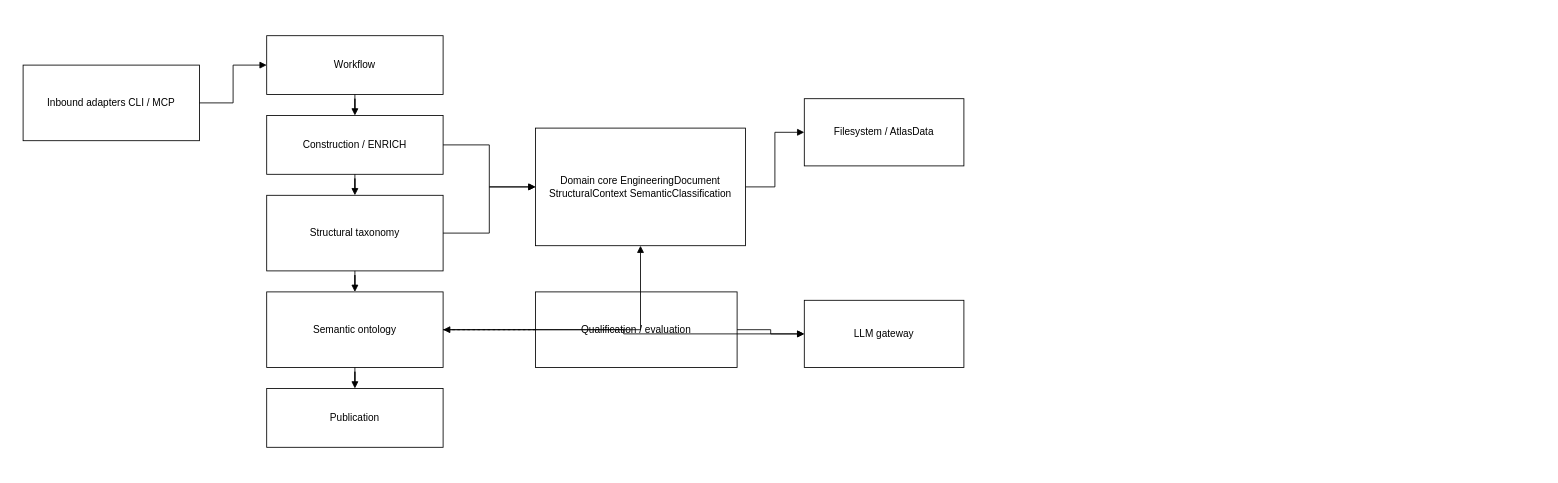
Before: docs/architecture/diagrams/drawio/overall-component-architecture.drawio in shetze/standards-atlas, a draw.io diagram. Source tidied: cells renumbered, new cells numbered last; positions are measured from the earlier drawing's top-left corner, leaving out a move shared by most shapes. Both pictures are drawn from the tidied source at 84%, with x=0, y=0 at pixel (23, 35).
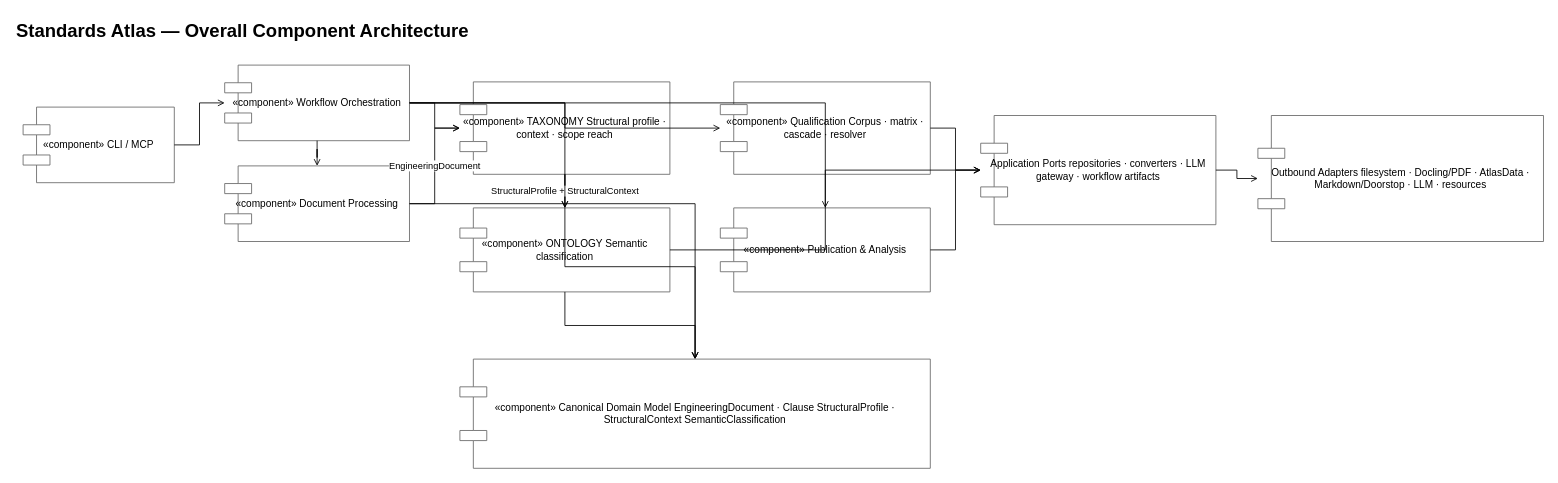
The same page after the edit.

Commit message (it also covers changes not shown here):
docs: add UML views for classification and qualification architecture

The edit, as a diff of the source:
```diff
@@
+    <mxCell id="24" value="Standards Atlas — Overall Component Architecture" style="text;html=1;strokeColor=none;fillColor=none;fontSize=22;fontStyle=1;" parent="1" vertex="1">
+      <mxGeometry x="-10" y="-25" width="1500" height="35" as="geometry" />
+    </mxCell>
-    <mxCell id="2" value="Inbound adapters&amp;#xa;CLI / MCP" style="rounded=0;whiteSpace=wrap;html=1;" parent="1" vertex="1">
-      <mxGeometry y="35" width="210" height="90" as="geometry" />
+    <mxCell id="2" value="«component» CLI / MCP" style="shape=component;whiteSpace=wrap;html=1;align=center;verticalAlign=middle;rounded=1;fillColor=#ffffff;strokeColor=#666666;fontSize=12;" parent="1" vertex="1">
+      <mxGeometry y="85" width="180" height="90" as="geometry" />
     </mxCell>
-    <mxCell id="3" value="Workflow" style="rounded=0;whiteSpace=wrap;html=1;" parent="1" vertex="1">
-      <mxGeometry x="290" width="210" height="70" as="geometry" />
+    <mxCell id="3" value="«component» Workflow Orchestration" style="shape=component;whiteSpace=wrap;html=1;align=center;verticalAlign=middle;rounded=1;fillColor=#ffffff;strokeColor=#666666;fontSize=12;" parent="1" vertex="1">
+      <mxGeometry x="240" y="35" width="220" height="90" as="geometry" />
     </mxCell>
-    <mxCell id="4" value="Construction / ENRICH" style="rounded=0;whiteSpace=wrap;html=1;" parent="1" vertex="1">
-      <mxGeometry x="290" y="95" width="210" height="70" as="geometry" />
-    </mxCell>
+    <mxCell id="25" value="«component» Document Processing" style="shape=component;whiteSpace=wrap;html=1;align=center;verticalAlign=middle;rounded=1;fillColor=#ffffff;strokeColor=#666666;fontSize=12;" parent="1" vertex="1">
+      <mxGeometry x="240" y="155" width="220" height="90" as="geometry" />
+    </mxCell>
-    <mxCell id="5" value="Structural taxonomy" style="rounded=0;whiteSpace=wrap;html=1;" parent="1" vertex="1">
-      <mxGeometry x="290" y="190" width="210" height="90" as="geometry" />
+    <mxCell id="5" value="«component» TAXONOMY Structural profile · context · scope reach" style="shape=component;whiteSpace=wrap;html=1;align=center;verticalAlign=middle;rounded=1;fillColor=#ffffff;strokeColor=#666666;fontSize=12;" parent="1" vertex="1">
+      <mxGeometry x="520" y="55" width="250" height="110" as="geometry" />
     </mxCell>
-    <mxCell id="6" value="Semantic ontology" style="rounded=0;whiteSpace=wrap;html=1;" parent="1" vertex="1">
-      <mxGeometry x="290" y="305" width="210" height="90" as="geometry" />
+    <mxCell id="6" value="«component» ONTOLOGY Semantic classification" style="shape=component;whiteSpace=wrap;html=1;align=center;verticalAlign=middle;rounded=1;fillColor=#ffffff;strokeColor=#666666;fontSize=12;" parent="1" vertex="1">
+      <mxGeometry x="520" y="205" width="250" height="100" as="geometry" />
     </mxCell>
-    <mxCell id="7" value="Publication" style="rounded=0;whiteSpace=wrap;html=1;" parent="1" vertex="1">
-      <mxGeometry x="290" y="420" width="210" height="70" as="geometry" />
-    </mxCell>
-    <mxCell id="8" value="Qualification / evaluation" style="rounded=0;whiteSpace=wrap;html=1;" parent="1" vertex="1">
-      <mxGeometry x="610" y="305" width="240" height="90" as="geometry" />
-    </mxCell>
+    <mxCell id="26" value="«component» Qualification Corpus · matrix · cascade · resolver" style="shape=component;whiteSpace=wrap;html=1;align=center;verticalAlign=middle;rounded=1;fillColor=#ffffff;strokeColor=#666666;fontSize=12;" parent="1" vertex="1">
+      <mxGeometry x="830" y="55" width="250" height="110" as="geometry" />
+    </mxCell>
+    <mxCell id="27" value="«component» Publication &amp; Analysis" style="shape=component;whiteSpace=wrap;html=1;align=center;verticalAlign=middle;rounded=1;fillColor=#ffffff;strokeColor=#666666;fontSize=12;" parent="1" vertex="1">
+      <mxGeometry x="830" y="205" width="250" height="100" as="geometry" />
+    </mxCell>
-    <mxCell id="9" value="Domain core&amp;#xa;EngineeringDocument&amp;#xa;StructuralContext&amp;#xa;SemanticClassification" style="rounded=0;whiteSpace=wrap;html=1;" parent="1" vertex="1">
-      <mxGeometry x="610" y="110" width="250" height="140" as="geometry" />
+    <mxCell id="9" value="«component» Canonical Domain Model EngineeringDocument · Clause StructuralProfile · StructuralContext SemanticClassification" style="shape=component;whiteSpace=wrap;html=1;align=center;verticalAlign=middle;rounded=1;fillColor=#ffffff;strokeColor=#666666;fontSize=12;" parent="1" vertex="1">
+      <mxGeometry x="520" y="385" width="560" height="130" as="geometry" />
     </mxCell>
-    <mxCell id="10" value="Filesystem / AtlasData" style="rounded=0;whiteSpace=wrap;html=1;" parent="1" vertex="1">
-      <mxGeometry x="930" y="75" width="190" height="80" as="geometry" />
-    </mxCell>
-    <mxCell id="11" value="LLM gateway" style="rounded=0;whiteSpace=wrap;html=1;" parent="1" vertex="1">
-      <mxGeometry x="930" y="315" width="190" height="80" as="geometry" />
-    </mxCell>
+    <mxCell id="28" value="Application Ports repositories · converters · LLM gateway · workflow artifacts" style="shape=component;whiteSpace=wrap;html=1;align=center;verticalAlign=middle;rounded=1;fillColor=#ffffff;strokeColor=#666666;fontSize=12;" parent="1" vertex="1">
+      <mxGeometry x="1140" y="95" width="280" height="130" as="geometry" />
+    </mxCell>
+    <mxCell id="29" value="Outbound Adapters filesystem · Docling/PDF · AtlasData · Markdown/Doorstop · LLM · resources" style="shape=component;whiteSpace=wrap;html=1;align=center;verticalAlign=middle;rounded=1;fillColor=#ffffff;strokeColor=#666666;fontSize=12;" parent="1" vertex="1">
+      <mxGeometry x="1470" y="95" width="340" height="150" as="geometry" />
+    </mxCell>
-    <mxCell id="12" style="edgeStyle=orthogonalEdgeStyle;rounded=0;jettySize=auto;html=1;endArrow=block;" parent="1" edge="1" source="2" target="3">
+    <mxCell id="12" style="edgeStyle=orthogonalEdgeStyle;rounded=0;jettySize=auto;html=1;endArrow=open;" parent="1" edge="1" source="2" target="3">
       <mxGeometry relative="1" as="geometry" />
     </mxCell>
-    <mxCell id="13" style="edgeStyle=orthogonalEdgeStyle;rounded=0;jettySize=auto;html=1;endArrow=block;" parent="1" edge="1" source="3" target="4">
-      <mxGeometry relative="1" as="geometry" />
-    </mxCell>
-    <mxCell id="14" style="edgeStyle=orthogonalEdgeStyle;rounded=0;jettySize=auto;html=1;endArrow=block;" parent="1" edge="1" source="4" target="5">
-      <mxGeometry relative="1" as="geometry" />
-    </mxCell>
+    <mxCell id="30" style="edgeStyle=orthogonalEdgeStyle;rounded=0;jettySize=auto;html=1;endArrow=open;" parent="1" edge="1" source="3" target="25">
+      <mxGeometry relative="1" as="geometry" />
+    </mxCell>
+    <mxCell id="31" style="edgeStyle=orthogonalEdgeStyle;rounded=0;jettySize=auto;html=1;endArrow=open;" parent="1" edge="1" source="3" target="5">
+      <mxGeometry relative="1" as="geometry" />
+    </mxCell>
+    <mxCell id="32" style="edgeStyle=orthogonalEdgeStyle;rounded=0;jettySize=auto;html=1;endArrow=open;" parent="1" edge="1" source="3" target="6">
+      <mxGeometry relative="1" as="geometry" />
+    </mxCell>
+    <mxCell id="33" style="edgeStyle=orthogonalEdgeStyle;rounded=0;jettySize=auto;html=1;endArrow=open;" parent="1" edge="1" source="3" target="26">
+      <mxGeometry relative="1" as="geometry" />
+    </mxCell>
+    <mxCell id="34" style="edgeStyle=orthogonalEdgeStyle;rounded=0;jettySize=auto;html=1;endArrow=open;" parent="1" edge="1" source="3" target="27">
+      <mxGeometry relative="1" as="geometry" />
+    </mxCell>
+    <mxCell id="35" value="EngineeringDocument" style="edgeStyle=orthogonalEdgeStyle;rounded=0;jettySize=auto;html=1;endArrow=open;" parent="1" edge="1" source="25" target="5">
+      <mxGeometry relative="1" as="geometry" />
+    </mxCell>
-    <mxCell id="15" style="edgeStyle=orthogonalEdgeStyle;rounded=0;jettySize=auto;html=1;endArrow=block;" parent="1" edge="1" source="5" target="6">
+    <mxCell id="15" value="StructuralProfile + StructuralContext" style="edgeStyle=orthogonalEdgeStyle;rounded=0;jettySize=auto;html=1;endArrow=open;" parent="1" edge="1" source="5" target="6">
       <mxGeometry relative="1" as="geometry" />
     </mxCell>
-    <mxCell id="16" style="edgeStyle=orthogonalEdgeStyle;rounded=0;jettySize=auto;html=1;endArrow=block;" parent="1" edge="1" source="6" target="7">
-      <mxGeometry relative="1" as="geometry" />
-    </mxCell>
-    <mxCell id="17" style="edgeStyle=orthogonalEdgeStyle;rounded=0;jettySize=auto;html=1;endArrow=block;" parent="1" edge="1" source="4" target="9">
-      <mxGeometry relative="1" as="geometry" />
-    </mxCell>
+    <mxCell id="36" style="edgeStyle=orthogonalEdgeStyle;rounded=0;jettySize=auto;html=1;endArrow=open;" parent="1" edge="1" source="25" target="9">
+      <mxGeometry relative="1" as="geometry" />
+    </mxCell>
-    <mxCell id="18" style="edgeStyle=orthogonalEdgeStyle;rounded=0;jettySize=auto;html=1;endArrow=block;" parent="1" edge="1" source="5" target="9">
+    <mxCell id="18" style="edgeStyle=orthogonalEdgeStyle;rounded=0;jettySize=auto;html=1;endArrow=open;" parent="1" edge="1" source="5" target="9">
       <mxGeometry relative="1" as="geometry" />
     </mxCell>
-    <mxCell id="19" style="edgeStyle=orthogonalEdgeStyle;rounded=0;jettySize=auto;html=1;endArrow=block;" parent="1" edge="1" source="6" target="9">
+    <mxCell id="19" style="edgeStyle=orthogonalEdgeStyle;rounded=0;jettySize=auto;html=1;endArrow=open;" parent="1" edge="1" source="6" target="9">
       <mxGeometry relative="1" as="geometry" />
     </mxCell>
-    <mxCell id="20" style="edgeStyle=orthogonalEdgeStyle;rounded=0;jettySize=auto;html=1;endArrow=block;" parent="1" edge="1" source="9" target="10">
-      <mxGeometry relative="1" as="geometry" />
-    </mxCell>
-    <mxCell id="21" style="edgeStyle=orthogonalEdgeStyle;rounded=0;jettySize=auto;html=1;endArrow=block;" parent="1" edge="1" source="6" target="11">
-      <mxGeometry relative="1" as="geometry" />
-    </mxCell>
-    <mxCell id="22" style="edgeStyle=orthogonalEdgeStyle;rounded=0;jettySize=auto;html=1;endArrow=block;" parent="1" edge="1" source="8" target="11">
-      <mxGeometry relative="1" as="geometry" />
-    </mxCell>
-    <mxCell id="23" style="edgeStyle=orthogonalEdgeStyle;rounded=0;jettySize=auto;html=1;endArrow=block;dashed=1;" parent="1" edge="1" source="8" target="6">
-      <mxGeometry relative="1" as="geometry" />
-    </mxCell>
+    <mxCell id="37" style="edgeStyle=orthogonalEdgeStyle;rounded=0;jettySize=auto;html=1;endArrow=open;" parent="1" edge="1" source="26" target="28">
+      <mxGeometry relative="1" as="geometry" />
+    </mxCell>
+    <mxCell id="38" style="edgeStyle=orthogonalEdgeStyle;rounded=0;jettySize=auto;html=1;endArrow=open;" parent="1" edge="1" source="27" target="28">
+      <mxGeometry relative="1" as="geometry" />
+    </mxCell>
+    <mxCell id="39" style="edgeStyle=orthogonalEdgeStyle;rounded=0;jettySize=auto;html=1;endArrow=open;" parent="1" edge="1" source="6" target="28">
+      <mxGeometry relative="1" as="geometry" />
+    </mxCell>
+    <mxCell id="40" style="edgeStyle=orthogonalEdgeStyle;rounded=0;jettySize=auto;html=1;endArrow=open;" parent="1" edge="1" source="28" target="29">
+      <mxGeometry relative="1" as="geometry" />
+    </mxCell>
```
